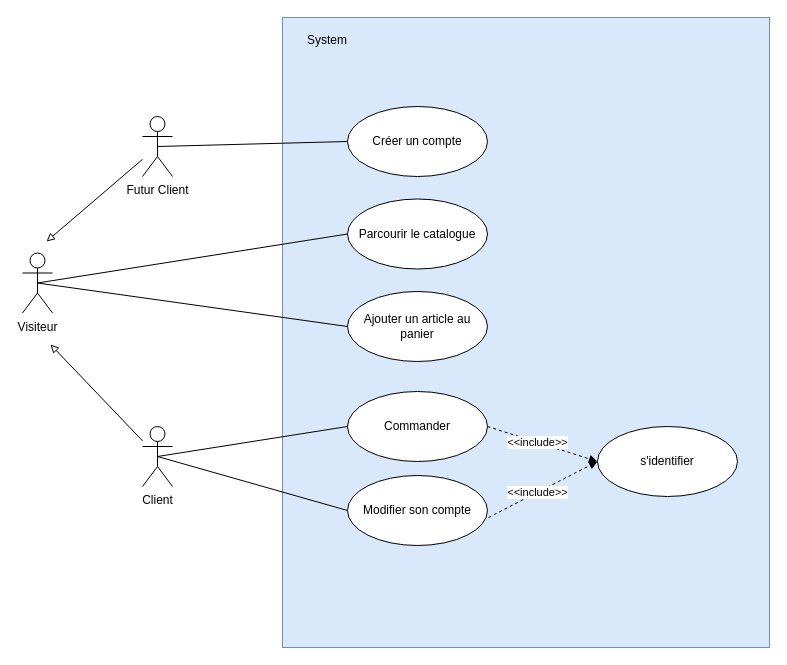
The draw.io diagram Diagramme de cas d'utilisation 1.drawio in vinsbld/OCP, before the edit. Source tidied: cells renumbered, new cells numbered last; positions are measured from the earlier drawing's top-left corner, leaving out a move shared by most shapes. Both pictures are drawn from the tidied source at 100%, with x=0, y=0 at pixel (22, 17).
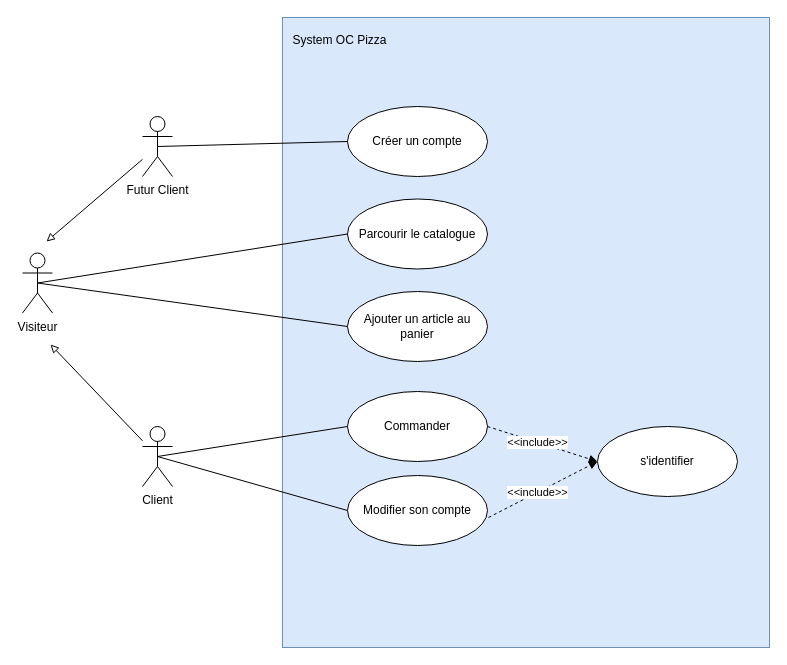
After the change.

What changed in the source:
```diff
@@
-    <mxCell id="19" value="System" style="text;html=1;strokeColor=none;fillColor=none;align=center;verticalAlign=middle;whiteSpace=wrap;rounded=0;" parent="1" vertex="1">
-      <mxGeometry x="285" y="13" width="40" height="20" as="geometry" />
+    <mxCell id="19" value="System OC Pizza" style="text;html=1;strokeColor=none;fillColor=none;align=center;verticalAlign=middle;whiteSpace=wrap;rounded=0;" parent="1" vertex="1">
+      <mxGeometry x="260" y="13" width="115" height="20" as="geometry" />
     </mxCell>
```
